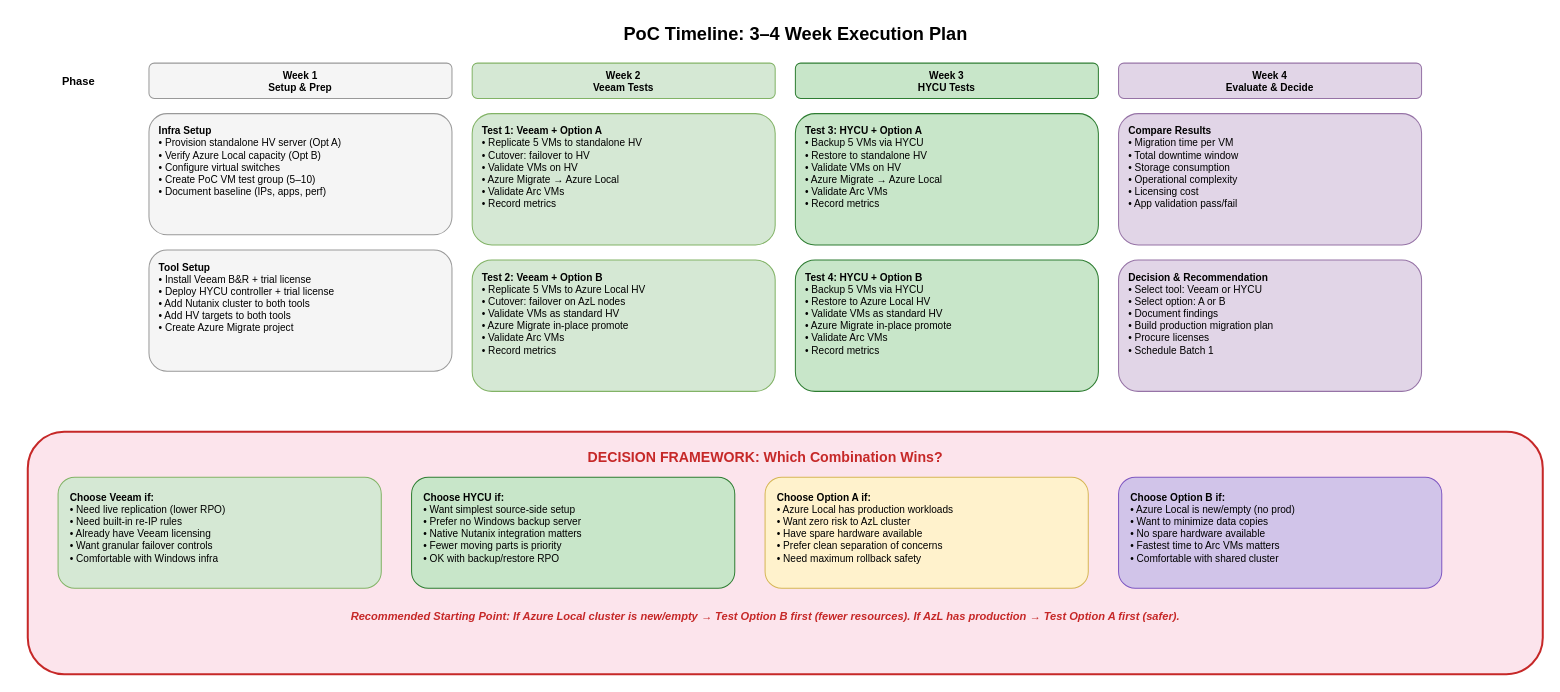
This is page "4 - PoC Timeline & Decision" (4 of 4) of docs/assets/diagrams/poc-diagrams.drawio from AzureLocal/azurelocal-nutanix-migration, a draw.io file, before an edit. Source tidied: cells renumbered, new cells numbered last; positions are measured from the earlier drawing's top-left corner, leaving out a move shared by most shapes. Both pictures are drawn from the tidied source at 101%, with x=0, y=0 at pixel (17, 17).
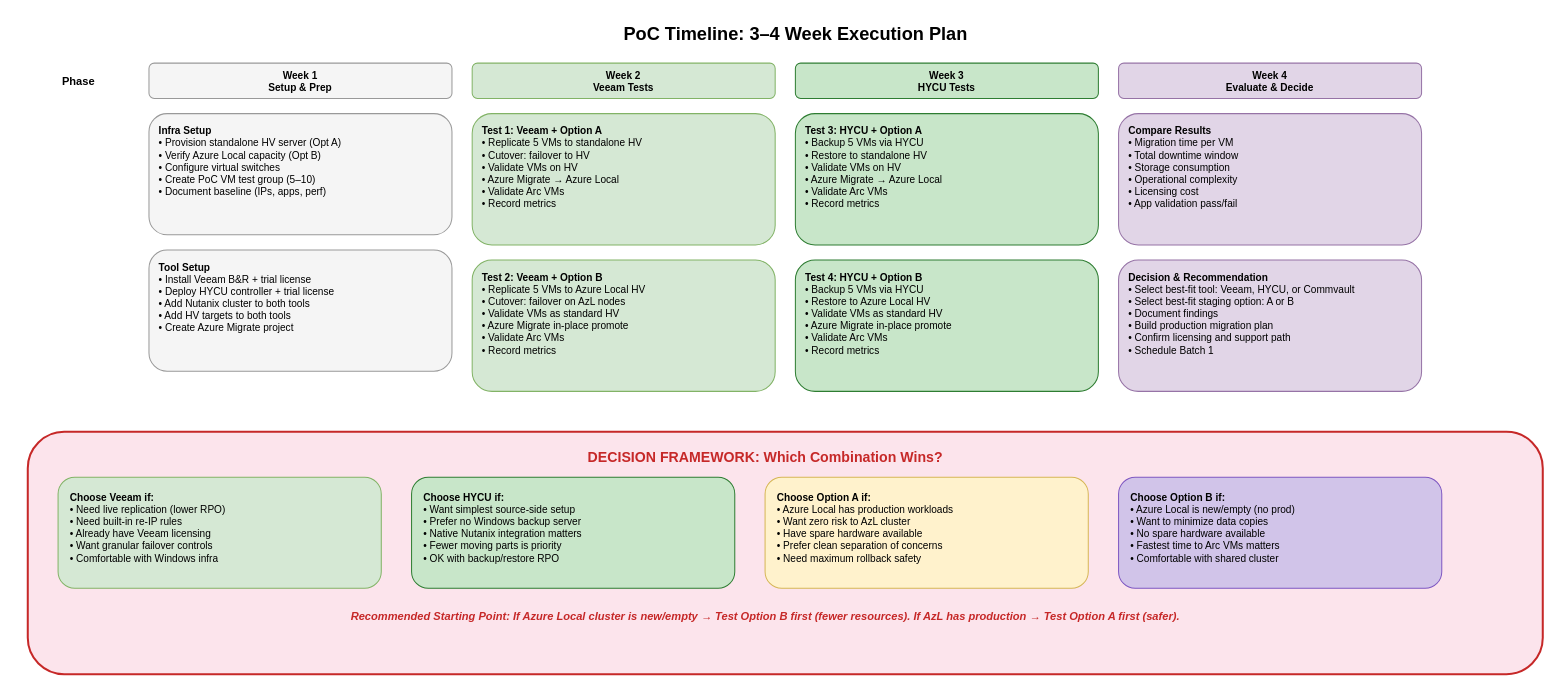
The same page after the edit.

Diff of the diagram source:
```diff
@@
-    <mxCell id="15" value="&lt;b&gt;Decision &amp; Recommendation&lt;/b&gt;&lt;br&gt;• Select tool: Veeam or HYCU&lt;br&gt;• Select option: A or B&lt;br&gt;• Document findings&lt;br&gt;• Build production migration plan&lt;br&gt;• Procure licenses&lt;br&gt;• Schedule Batch 1" style="rounded=1;whiteSpace=wrap;html=1;fillColor=#e1d5e7;strokeColor=#9673a6;fontSize=10;align=left;spacingLeft=8;verticalAlign=top;spacingTop=5;" parent="1" vertex="1">
+    <mxCell id="15" value="&lt;b&gt;Decision &amp; Recommendation&lt;/b&gt;&lt;br&gt;• Select best-fit tool: Veeam, HYCU, or Commvault&lt;br&gt;• Select best-fit staging option: A or B&lt;br&gt;• Document findings&lt;br&gt;• Build production migration plan&lt;br&gt;• Confirm licensing and support path&lt;br&gt;• Schedule Batch 1" style="rounded=1;whiteSpace=wrap;html=1;fillColor=#e1d5e7;strokeColor=#9673a6;fontSize=10;align=left;spacingLeft=8;verticalAlign=top;spacingTop=5;" parent="1" vertex="1">
       <mxGeometry x="1090" y="240" width="300" height="130" as="geometry" />
     </mxCell>
```
